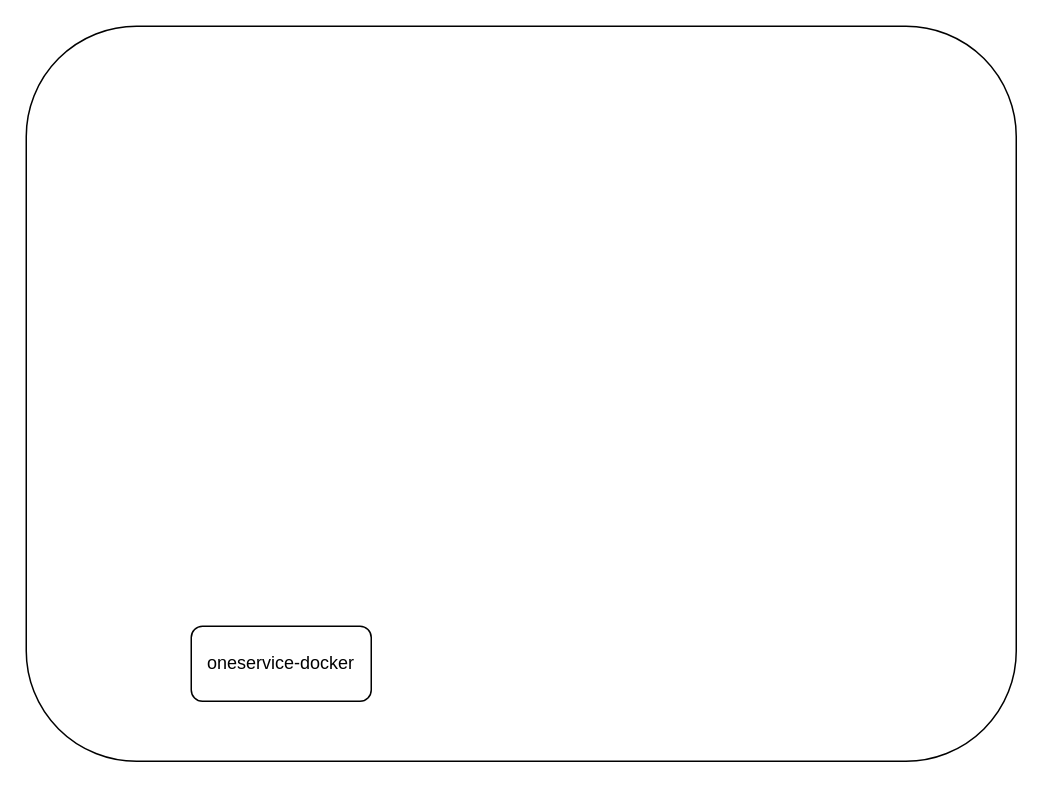
Earlier version of the draw.io diagram 未命名绘图.drawio (atlassianss/atlassianss.github.io). Source tidied: cells renumbered, new cells numbered last; positions are measured from the earlier drawing's top-left corner, leaving out a move shared by most shapes. Both pictures are drawn from the tidied source at 150%, with x=0, y=0 at pixel (26, 26).
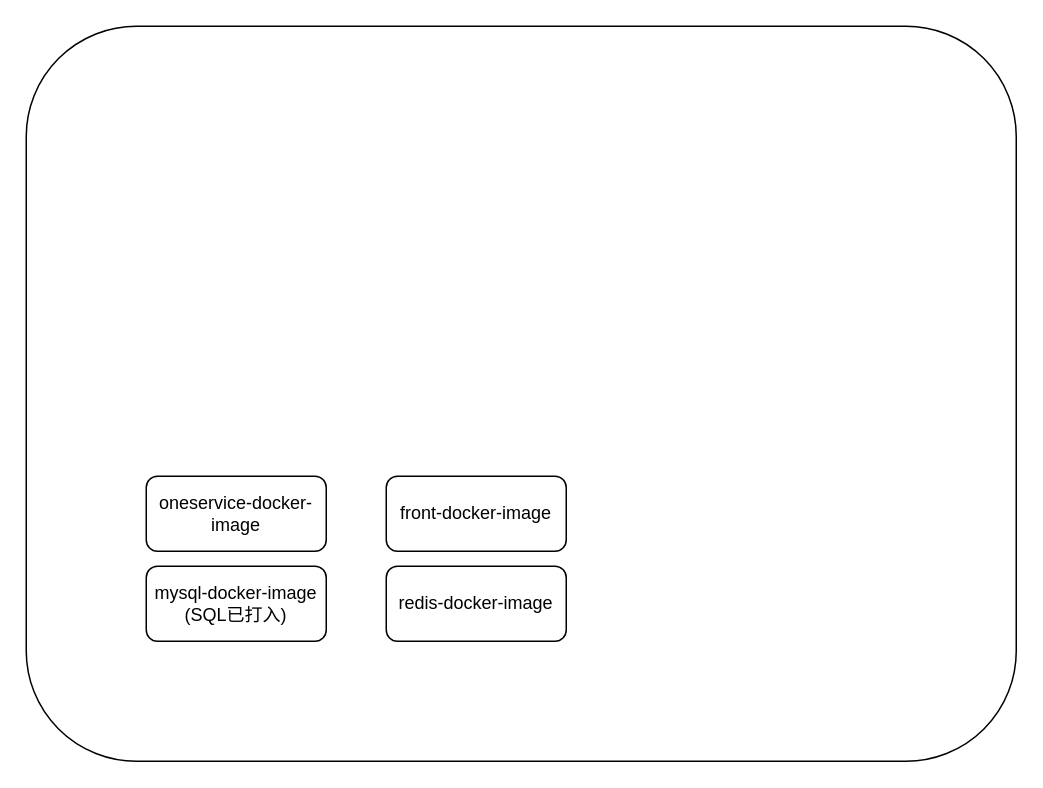
After the change.

Commit message (it also covers changes not shown here):
更新未命名绘图.drawio

What changed in the source:
```diff
@@
 <mxGraphModel>
   <root>
     <mxCell id="0" />
     <mxCell id="1" parent="0" />
     <mxCell id="2" style="rounded=1;whiteSpace=wrap;html=1;" parent="1" vertex="1">
       <mxGeometry width="660" height="490" as="geometry" />
     </mxCell>
-    <mxCell id="3" value="oneservice-docker" style="rounded=1;whiteSpace=wrap;html=1;" parent="1" vertex="1">
-      <mxGeometry x="110" y="400" width="120" height="50" as="geometry" />
+    <mxCell id="3" value="oneservice-docker-image" style="rounded=1;whiteSpace=wrap;html=1;" parent="1" vertex="1">
+      <mxGeometry x="80" y="300" width="120" height="50" as="geometry" />
     </mxCell>
+    <mxCell id="4" value="front-docker-image" style="rounded=1;whiteSpace=wrap;html=1;" parent="1" vertex="1">
+      <mxGeometry x="240" y="300" width="120" height="50" as="geometry" />
+    </mxCell>
+    <mxCell id="5" value="mysql-docker-image&lt;br&gt;(SQL已打入)" style="rounded=1;whiteSpace=wrap;html=1;" parent="1" vertex="1">
+      <mxGeometry x="80" y="360" width="120" height="50" as="geometry" />
+    </mxCell>
+    <mxCell id="6" value="redis-docker-image" style="rounded=1;whiteSpace=wrap;html=1;" parent="1" vertex="1">
+      <mxGeometry x="240" y="360" width="120" height="50" as="geometry" />
+    </mxCell>
   </root>
 </mxGraphModel>
```
